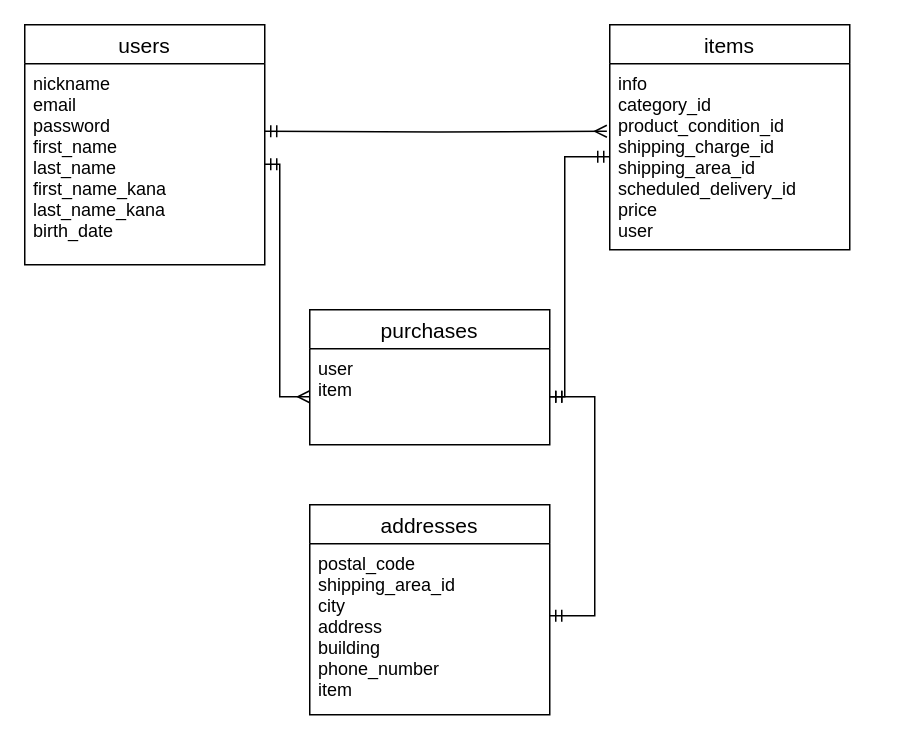
Before: test.dio in kodairafumikazu/furima-33027, a draw.io diagram. Source tidied: cells renumbered, new cells numbered last; positions are measured from the earlier drawing's top-left corner, leaving out a move shared by most shapes. Both pictures are drawn from the tidied source at 150%, with x=0, y=0 at pixel (24, 24).
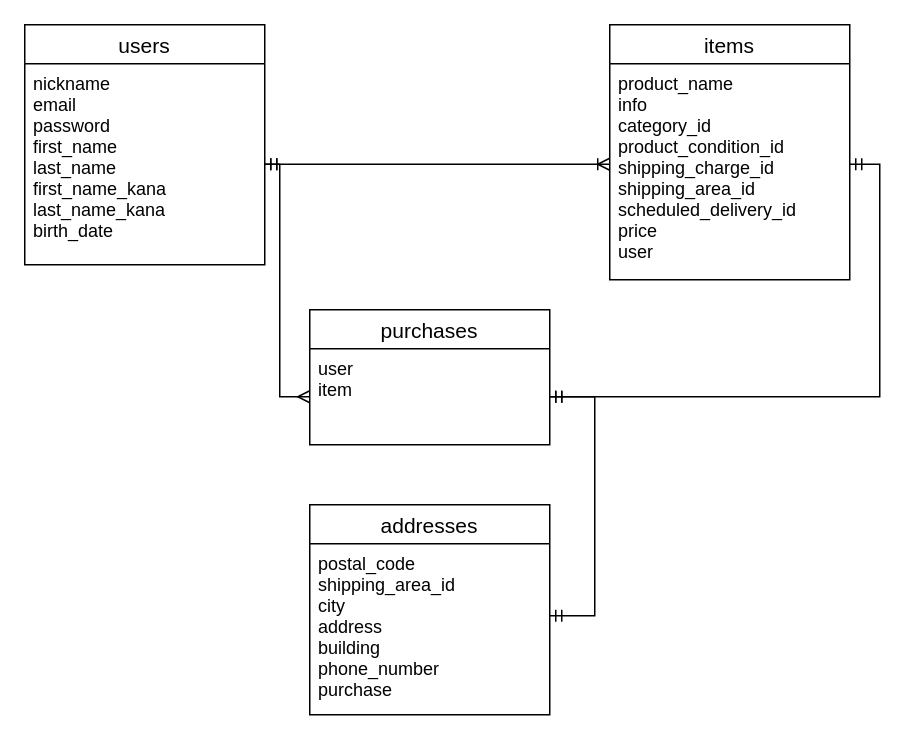
The same page after the edit.

Commit message (it also covers changes not shown here):
ER図、データベースの修正６

What changed in the source:
```diff
@@
 <mxGraphModel>
   <root>
     <mxCell id="0" />
     <mxCell id="1" parent="0" />
     <mxCell id="2" value="users" style="swimlane;fontStyle=0;horizontal=1;startSize=26;align=center;fontSize=14;" parent="1" vertex="1">
       <mxGeometry width="160" height="160" as="geometry" />
     </mxCell>
     <mxCell id="3" value="nickname&#10;email&#10;password&#10;first_name&#10;last_name&#10;first_name_kana&#10;last_name_kana&#10;birth_date&#10;" style="text;strokeColor=none;fillColor=none;spacingLeft=4;spacingRight=4;overflow=hidden;points=[[0,0.5],[1,0.5]];portConstraint=eastwest;fontSize=12;" parent="2" vertex="1">
       <mxGeometry y="26" width="160" height="134" as="geometry" />
     </mxCell>
     <mxCell id="4" value="addresses" style="swimlane;fontStyle=0;horizontal=1;startSize=26;align=center;fontSize=14;" parent="1" vertex="1">
       <mxGeometry x="190" y="320" width="160" height="140" as="geometry" />
     </mxCell>
-    <mxCell id="5" value="postal_code&#10;shipping_area_id&#10;city&#10;address&#10;building&#10;phone_number&#10;item" style="text;strokeColor=none;fillColor=none;spacingLeft=4;spacingRight=4;overflow=hidden;points=[[0,0.5],[1,0.5]];portConstraint=eastwest;fontSize=12;" parent="4" vertex="1">
+    <mxCell id="5" value="postal_code&#10;shipping_area_id&#10;city&#10;address&#10;building&#10;phone_number&#10;purchase" style="text;strokeColor=none;fillColor=none;spacingLeft=4;spacingRight=4;overflow=hidden;points=[[0,0.5],[1,0.5]];portConstraint=eastwest;fontSize=12;" parent="4" vertex="1">
       <mxGeometry y="26" width="160" height="114" as="geometry" />
     </mxCell>
     <mxCell id="6" value="purchases" style="swimlane;fontStyle=0;horizontal=1;startSize=26;align=center;fontSize=14;" parent="1" vertex="1">
       <mxGeometry x="190" y="190" width="160" height="90" as="geometry" />
     </mxCell>
     <mxCell id="7" value="user&#10;item" style="text;strokeColor=none;fillColor=none;spacingLeft=4;spacingRight=4;overflow=hidden;points=[[0,0.5],[1,0.5]];portConstraint=eastwest;fontSize=12;" parent="6" vertex="1">
       <mxGeometry y="26" width="160" height="64" as="geometry" />
     </mxCell>
     <mxCell id="8" value="items" style="swimlane;fontStyle=0;horizontal=1;startSize=26;align=center;fontSize=14;" parent="1" vertex="1">
-      <mxGeometry x="390" width="160" height="150" as="geometry" />
+      <mxGeometry x="390" width="160" height="170" as="geometry" />
     </mxCell>
-    <mxCell id="9" value="info&#10;category_id&#10;product_condition_id&#10;shipping_charge_id&#10;shipping_area_id&#10;scheduled_delivery_id&#10;price&#10;user&#10;&#10;" style="text;strokeColor=none;fillColor=none;spacingLeft=4;spacingRight=4;overflow=hidden;points=[[0,0.5],[1,0.5]];portConstraint=eastwest;fontSize=12;" parent="8" vertex="1">
-      <mxGeometry y="26" width="160" height="124" as="geometry" />
-    </mxCell>
-    <mxCell id="10" style="edgeStyle=orthogonalEdgeStyle;rounded=0;jettySize=auto;html=1;endArrow=ERmany;endFill=0;startArrow=ERmandOne;startFill=0;entryX=-0.012;entryY=0.363;entryDx=0;entryDy=0;entryPerimeter=0;" parent="1" edge="1" target="9">
-      <mxGeometry relative="1" as="geometry">
-        <mxPoint x="160" y="71" as="sourcePoint" />
-      </mxGeometry>
-    </mxCell>
     <mxCell id="11" style="edgeStyle=orthogonalEdgeStyle;rounded=0;jettySize=auto;html=1;entryX=0;entryY=0.5;entryDx=0;entryDy=0;startArrow=ERmandOne;startFill=0;endArrow=ERmany;endFill=0;" parent="1" edge="1" source="3" target="7">
       <mxGeometry relative="1" as="geometry">
         <Array as="points">
           <mxPoint x="170" y="93" />
           <mxPoint x="170" y="248" />
         </Array>
       </mxGeometry>
     </mxCell>
     <mxCell id="12" style="edgeStyle=orthogonalEdgeStyle;rounded=0;jettySize=auto;html=1;entryX=1;entryY=0.5;entryDx=0;entryDy=0;startArrow=ERmandOne;startFill=0;endArrow=ERmandOne;endFill=0;" parent="1" edge="1" source="9" target="7">
       <mxGeometry relative="1" as="geometry">
         <Array as="points">
-          <mxPoint x="360" y="88" />
-          <mxPoint x="360" y="248" />
+          <mxPoint x="570" y="93" />
+          <mxPoint x="570" y="248" />
         </Array>
       </mxGeometry>
     </mxCell>
     <mxCell id="13" style="edgeStyle=orthogonalEdgeStyle;rounded=0;jettySize=auto;html=1;startArrow=ERmandOne;startFill=0;endArrow=ERmandOne;endFill=0;" parent="1" edge="1" source="7" target="5">
       <mxGeometry relative="1" as="geometry">
         <Array as="points">
           <mxPoint x="380" y="248" />
           <mxPoint x="380" y="394" />
         </Array>
       </mxGeometry>
     </mxCell>
+    <mxCell id="9" value="product_name&#10;info&#10;category_id&#10;product_condition_id&#10;shipping_charge_id&#10;shipping_area_id&#10;scheduled_delivery_id&#10;price&#10;user&#10;&#10;" style="text;strokeColor=none;fillColor=none;spacingLeft=4;spacingRight=4;overflow=hidden;points=[[0,0.5],[1,0.5]];portConstraint=eastwest;fontSize=12;" parent="1" vertex="1">
+      <mxGeometry x="390" y="26" width="160" height="134" as="geometry" />
+    </mxCell>
+    <mxCell id="14" style="edgeStyle=orthogonalEdgeStyle;rounded=0;jettySize=auto;html=1;entryX=0;entryY=0.5;entryDx=0;entryDy=0;startArrow=ERmandOne;startFill=0;endArrow=ERoneToMany;endFill=0;" parent="1" edge="1" source="3" target="9">
+      <mxGeometry relative="1" as="geometry" />
+    </mxCell>
   </root>
 </mxGraphModel>
```
